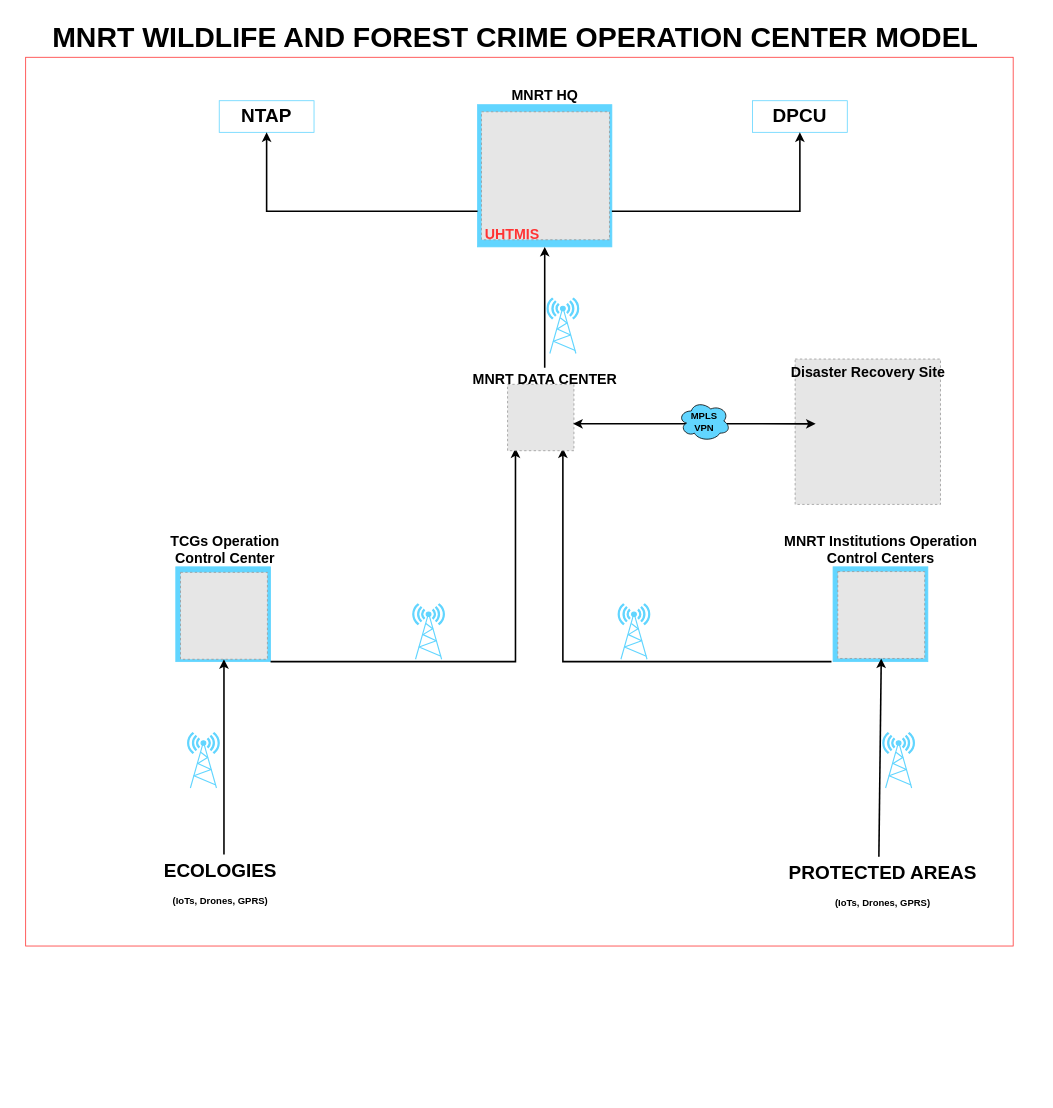
Before: control-room.drawio in MbalamulaS/tech-diagrams, a draw.io diagram. Source tidied: cells renumbered, new cells numbered last; positions are measured from the earlier drawing's top-left corner, leaving out a move shared by most shapes. Both pictures are drawn from the tidied source at 79%, with x=0, y=0 at pixel (13, 13). Pictures stored in the file or linked from it are replaced by grey dashed boxes.
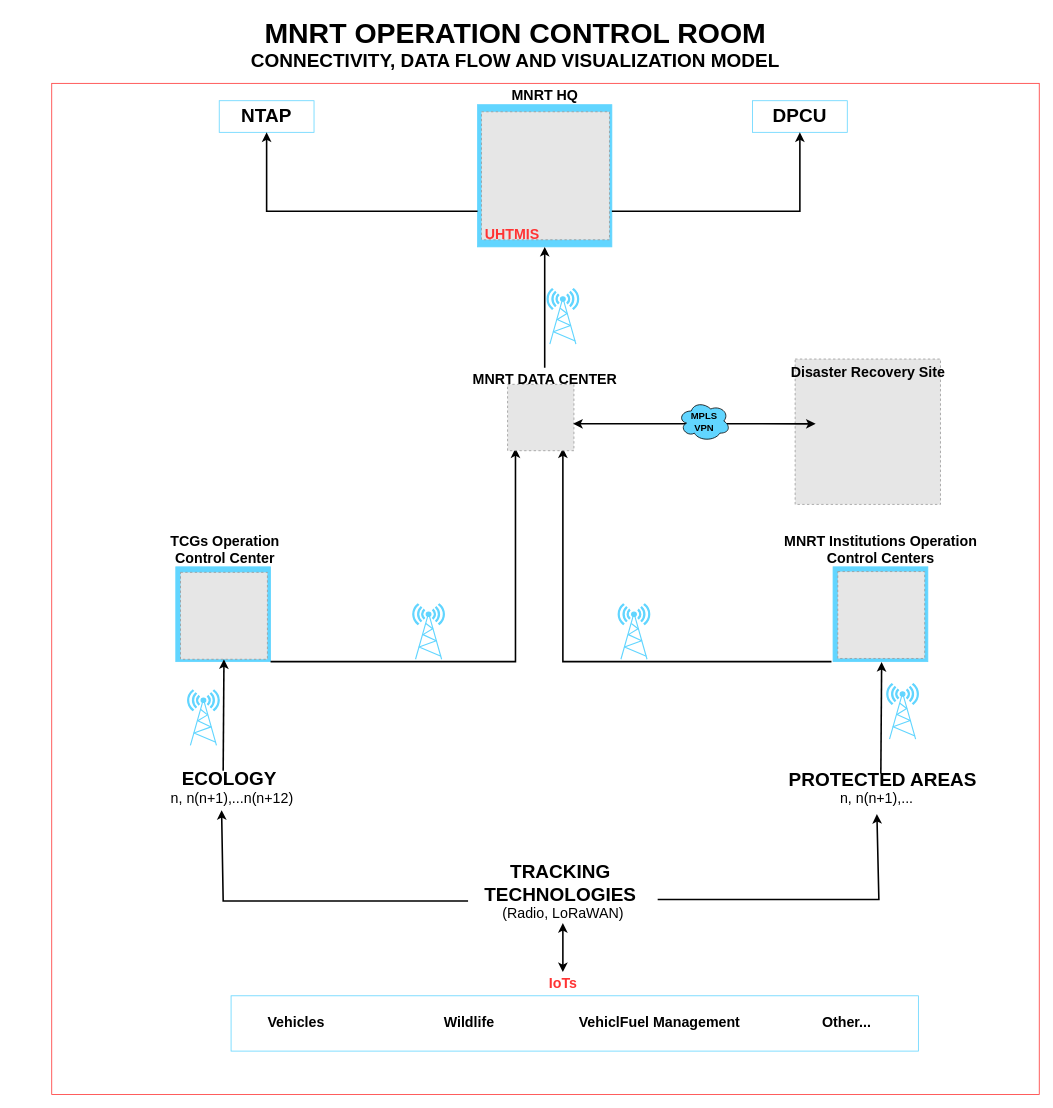
Above is the later version.

Unchanged cells that the change refers to:
```xml
<mxCell id="8" style="fillColor=#E6E6E6;strokeColor=#999999;dashed=1;verticalLabelPosition=bottom;verticalAlign=top;" parent="1" vertex="1">
  <mxGeometry x="211" y="707" width="110" height="110" as="geometry" />
</mxCell>
<mxCell id="11" style="fillColor=#E6E6E6;strokeColor=#999999;dashed=1;verticalLabelPosition=bottom;verticalAlign=top;" parent="1" vertex="1">
  <mxGeometry x="1043" y="706" width="110" height="110" as="geometry" />
</mxCell>
```

Diff of the diagram source:
```diff
@@
     <mxCell id="2" style="rounded=0;whiteSpace=wrap;html=1;strokeColor=#FF3333;" parent="1" vertex="1">
-      <mxGeometry x="15" y="55" width="1250" height="1125" as="geometry" />
+      <mxGeometry x="48" y="88" width="1250" height="1280" as="geometry" />
     </mxCell>
+    <mxCell id="37" style="rounded=0;whiteSpace=wrap;html=1;strokeColor=#61D5FF;" parent="1" vertex="1">
+      <mxGeometry x="275" y="1243" width="870" height="70" as="geometry" />
+    </mxCell>
@@
-    <mxCell id="6" value="&lt;div&gt;&lt;b&gt;&lt;font style=&quot;font-size: 36px;&quot;&gt;MNRT WILDLIFE AND FOREST CRIME OPERATION CENTER MODEL&lt;br&gt;&lt;/font&gt;&lt;/b&gt;&lt;/div&gt;&lt;div&gt;&lt;/div&gt;" style="text;html=1;align=center;verticalAlign=middle;whiteSpace=wrap;rounded=0;fontFamily=Helvetica;fontSize=11;fontColor=default;labelBackgroundColor=default;" parent="1" vertex="1">
-      <mxGeometry width="1270" height="60" as="geometry" />
+    <mxCell id="6" value="&lt;div&gt;&lt;b&gt;&lt;font style=&quot;font-size: 36px;&quot;&gt;MNRT OPERATION CONTROL ROOM&lt;br&gt;&lt;/font&gt;&lt;/b&gt;&lt;/div&gt;&lt;div&gt;&lt;b&gt;&lt;font style=&quot;font-size: 24px;&quot;&gt;CONNECTIVITY, DATA FLOW AND VISUALIZATION MODEL&lt;font&gt;&lt;br&gt;&lt;/font&gt;&lt;/font&gt;&lt;/b&gt;&lt;/div&gt;&lt;div&gt;&lt;/div&gt;" style="text;html=1;align=center;verticalAlign=middle;whiteSpace=wrap;rounded=0;fontFamily=Helvetica;fontSize=11;fontColor=default;labelBackgroundColor=default;" parent="1" vertex="1">
+      <mxGeometry y="8" width="1270" height="60" as="geometry" />
     </mxCell>
-    <mxCell id="7" value="&lt;font style=&quot;font-size: 18px;&quot;&gt;&lt;b&gt;TCGs Operation Control Center&lt;br&gt;&lt;/b&gt;&lt;/font&gt;" style="text;html=1;align=center;verticalAlign=middle;whiteSpace=wrap;rounded=0;" parent="1" vertex="1">
+    <mxCell id="7" value="&lt;font style=&quot;font-size: 18px;&quot;&gt;&lt;b&gt;TCGs Operation Control Center&lt;br&gt;&lt;/b&gt;&lt;/font&gt;" style="text;html=1;align=center;verticalAlign=middle;whiteSpace=wrap;rounded=0;fontFamily=Helvetica;fontSize=12;fontColor=default;" parent="1" vertex="1">
       <mxGeometry x="164" y="664" width="207" height="30" as="geometry" />
     </mxCell>
@@
-    <mxCell id="9" value="&lt;h1 align=&quot;center&quot; style=&quot;margin-top: 0px;&quot;&gt;ECOLOGIES&lt;/h1&gt;&lt;p align=&quot;center&quot;&gt;&lt;b&gt;(IoTs, Drones, GPRS)&lt;/b&gt;&lt;br&gt;&lt;/p&gt;" style="text;html=1;whiteSpace=wrap;overflow=hidden;rounded=0; align=center;align=right;" parent="1" vertex="1">
-      <mxGeometry x="184" y="1064" width="151" height="83" as="geometry" />
+    <mxCell id="9" value="&lt;h1 align=&quot;center&quot; style=&quot;margin-top: 0px;&quot;&gt;ECOLOGY&lt;/h1&gt;" style="text;html=1;whiteSpace=wrap;overflow=hidden;rounded=0; align=center;align=right;" parent="1" vertex="1">
+      <mxGeometry x="184" y="948" width="151" height="83" as="geometry" />
     </mxCell>
-    <mxCell id="10" style="endArrow=classic;html=1;rounded=0;shadow=0;strokeColor=default;strokeWidth=2;align=center;verticalAlign=middle;fontFamily=Helvetica;fontSize=11;fontColor=default;labelBackgroundColor=default;fillColor=#515151;exitX=-0.008;exitY=0.588;exitDx=0;exitDy=0;entryX=0.5;entryY=1;entryDx=0;entryDy=0;exitPerimeter=0;" parent="1" edge="1" target="8">
+    <mxCell id="10" style="endArrow=classic;html=1;rounded=0;shadow=0;strokeColor=default;strokeWidth=2;align=center;verticalAlign=middle;fontFamily=Helvetica;fontSize=11;fontColor=default;labelBackgroundColor=default;fillColor=#515151;entryX=0.5;entryY=1;entryDx=0;entryDy=0;" parent="1" edge="1" target="8">
       <mxGeometry relative="1" as="geometry">
-        <mxPoint x="266" y="1064" as="sourcePoint" />
+        <mxPoint x="265" y="958" as="sourcePoint" />
       </mxGeometry>
     </mxCell>
@@
-    <mxCell id="12" value="&lt;h1 align=&quot;center&quot; style=&quot;margin-top: 0px;&quot;&gt;PROTECTED AREAS&lt;br&gt;&lt;/h1&gt;&lt;p align=&quot;center&quot;&gt;&lt;b&gt;(IoTs, Drones, GPRS)&lt;/b&gt;&lt;br&gt;&lt;/p&gt;" style="text;html=1;whiteSpace=wrap;overflow=hidden;rounded=0; align=center;align=right;" parent="1" vertex="1">
-      <mxGeometry x="972" y="1067" width="249" height="83" as="geometry" />
+    <mxCell id="12" value="&lt;h1 align=&quot;center&quot; style=&quot;margin-top: 0px;&quot;&gt;PROTECTED AREAS&lt;br&gt;&lt;/h1&gt;" style="text;html=1;whiteSpace=wrap;overflow=hidden;rounded=0; align=center;align=right;" parent="1" vertex="1">
+      <mxGeometry x="972" y="949" width="249" height="83" as="geometry" />
     </mxCell>
-    <mxCell id="13" style="endArrow=classic;html=1;rounded=0;shadow=0;strokeColor=default;strokeWidth=2;align=center;verticalAlign=middle;fontFamily=Helvetica;fontSize=11;fontColor=default;labelBackgroundColor=default;fillColor=#515151;exitX=-0.008;exitY=0.588;exitDx=0;exitDy=0;entryX=0.5;entryY=1;entryDx=0;entryDy=0;exitPerimeter=0;" parent="1" edge="1" target="11">
-      <mxGeometry relative="1" as="geometry">
-        <mxPoint x="1095" y="1067" as="sourcePoint" />
-      </mxGeometry>
-    </mxCell>
@@
     <mxCell id="21" style="fontColor=#0066CC;verticalAlign=top;verticalLabelPosition=bottom;labelPosition=center;align=center;html=1;fillColor=#61D5FF;strokeColor=#61D5FF;gradientColor=none;gradientDirection=north;strokeWidth=2;shape=mxgraph.networks.radio_tower;" parent="1" vertex="1">
-      <mxGeometry x="220" y="910" width="40" height="70" as="geometry" />
+      <mxGeometry x="220" y="856" width="40" height="70" as="geometry" />
     </mxCell>
     <mxCell id="22" style="fontColor=#0066CC;verticalAlign=top;verticalLabelPosition=bottom;labelPosition=center;align=center;html=1;fillColor=#61D5FF;strokeColor=#61D5FF;gradientColor=none;gradientDirection=north;strokeWidth=2;shape=mxgraph.networks.radio_tower;" parent="1" vertex="1">
-      <mxGeometry x="1100" y="910" width="40" height="70" as="geometry" />
+      <mxGeometry x="1105" y="848" width="40" height="70" as="geometry" />
     </mxCell>
@@
     <mxCell id="24" style="fontColor=#0066CC;verticalAlign=top;verticalLabelPosition=bottom;labelPosition=center;align=center;html=1;fillColor=#61D5FF;strokeColor=#61D5FF;gradientColor=none;gradientDirection=north;strokeWidth=2;shape=mxgraph.networks.radio_tower;" parent="1" vertex="1">
-      <mxGeometry x="675" y="360" width="40" height="70" as="geometry" />
+      <mxGeometry x="675" y="348" width="40" height="70" as="geometry" />
     </mxCell>
@@
+    <mxCell id="38" value="&lt;h1 align=&quot;center&quot; style=&quot;margin-top: 0px;&quot;&gt;TRACKING TECHNOLOGIES&lt;br&gt;&lt;/h1&gt;" style="text;html=1;whiteSpace=wrap;overflow=hidden;rounded=0; align=center;align=right;" parent="1" vertex="1">
+      <mxGeometry x="568.5" y="1065" width="247.5" height="83" as="geometry" />
+    </mxCell>
+    <mxCell id="39" value="&lt;font style=&quot;font-size: 18px;&quot;&gt;&lt;b&gt;Vehicles &lt;/b&gt;&lt;/font&gt;" style="text;html=1;align=center;verticalAlign=middle;whiteSpace=wrap;rounded=0;fontFamily=Helvetica;fontSize=12;fontColor=default;" parent="1" vertex="1">
+      <mxGeometry x="254" y="1262" width="207" height="30" as="geometry" />
+    </mxCell>
+    <mxCell id="40" value="&lt;font style=&quot;font-size: 18px;&quot;&gt;&lt;b&gt;Wildlife &lt;/b&gt;&lt;/font&gt;" style="text;html=1;align=center;verticalAlign=middle;whiteSpace=wrap;rounded=0;fontFamily=Helvetica;fontSize=12;fontColor=default;" parent="1" vertex="1">
+      <mxGeometry x="473" y="1262" width="207" height="30" as="geometry" />
+    </mxCell>
+    <mxCell id="41" value="&lt;font style=&quot;font-size: 18px;&quot;&gt;&lt;b&gt;VehiclFuel Management &lt;/b&gt;&lt;/font&gt;" style="text;html=1;align=center;verticalAlign=middle;whiteSpace=wrap;rounded=0;fontFamily=Helvetica;fontSize=12;fontColor=default;" parent="1" vertex="1">
+      <mxGeometry x="713.5" y="1262" width="207" height="30" as="geometry" />
+    </mxCell>
+    <mxCell id="42" value="&lt;font style=&quot;font-size: 18px;&quot;&gt;&lt;b&gt;Other...&lt;/b&gt;&lt;/font&gt;" style="text;html=1;align=center;verticalAlign=middle;whiteSpace=wrap;rounded=0;fontFamily=Helvetica;fontSize=12;fontColor=default;" parent="1" vertex="1">
+      <mxGeometry x="950.5" y="1262" width="207" height="30" as="geometry" />
+    </mxCell>
+    <mxCell id="43" value="&lt;font style=&quot;font-size: 18px;&quot;&gt;n, n(n+1),...n(n+12) &lt;/font&gt;" style="text;html=1;align=center;verticalAlign=middle;whiteSpace=wrap;rounded=0;fontFamily=Helvetica;fontSize=12;fontColor=default;" parent="1" vertex="1">
+      <mxGeometry x="173" y="978.5" width="207" height="30" as="geometry" />
+    </mxCell>
+    <mxCell id="44" value="&lt;font style=&quot;font-size: 18px;&quot;&gt;n, n(n+1),... &lt;/font&gt;" style="text;html=1;align=center;verticalAlign=middle;whiteSpace=wrap;rounded=0;fontFamily=Helvetica;fontSize=12;fontColor=default;" parent="1" vertex="1">
+      <mxGeometry x="989" y="979" width="207" height="30" as="geometry" />
+    </mxCell>
+    <mxCell id="45" value="&lt;font style=&quot;font-size: 18px;&quot;&gt;(Radio, LoRaWAN) &lt;/font&gt;" style="text;html=1;align=center;verticalAlign=middle;whiteSpace=wrap;rounded=0;fontFamily=Helvetica;fontSize=12;fontColor=default;" parent="1" vertex="1">
+      <mxGeometry x="591.5" y="1124" width="207" height="30" as="geometry" />
+    </mxCell>
+    <mxCell id="46" value="&lt;font color=&quot;#ff3333&quot; style=&quot;font-size: 18px;&quot;&gt;&lt;b&gt;IoTs&lt;/b&gt;&lt;/font&gt;&lt;font style=&quot;font-size: 18px;&quot;&gt;&lt;b&gt; &lt;/b&gt;&lt;/font&gt;" style="text;html=1;align=center;verticalAlign=middle;whiteSpace=wrap;rounded=0;fontFamily=Helvetica;fontSize=12;fontColor=default;" parent="1" vertex="1">
+      <mxGeometry x="591.5" y="1213" width="207" height="30" as="geometry" />
+    </mxCell>
+    <mxCell id="47" style="endArrow=classic;startArrow=classic;html=1;rounded=0;exitX=0.5;exitY=0;exitDx=0;exitDy=0;entryX=0.5;entryY=1;entryDx=0;entryDy=0;strokeWidth=2;" parent="1" edge="1" source="46">
+      <mxGeometry relative="1" as="geometry">
+        <mxPoint x="695" y="1151" as="targetPoint" />
+      </mxGeometry>
+    </mxCell>
+    <mxCell id="48" style="endArrow=classic;html=1;rounded=0;shadow=0;strokeColor=default;strokeWidth=2;align=center;verticalAlign=middle;fontFamily=Helvetica;fontSize=11;fontColor=default;labelBackgroundColor=default;fillColor=#515151;entryX=0.435;entryY=1.017;entryDx=0;entryDy=0;entryPerimeter=0;" parent="1" edge="1">
+      <mxGeometry relative="1" as="geometry">
+        <mxPoint x="575" y="1123" as="sourcePoint" />
+        <mxPoint x="263" y="1008" as="targetPoint" />
+        <Array as="points">
+          <mxPoint x="265" y="1123" />
+        </Array>
+      </mxGeometry>
+    </mxCell>
+    <mxCell id="49" style="endArrow=classic;html=1;rounded=0;shadow=0;strokeColor=default;strokeWidth=2;align=center;verticalAlign=middle;fontFamily=Helvetica;fontSize=11;fontColor=default;labelBackgroundColor=default;fillColor=#515151;entryX=0.5;entryY=1;entryDx=0;entryDy=0;" parent="1" edge="1">
+      <mxGeometry relative="1" as="geometry">
+        <mxPoint x="815" y="1121" as="sourcePoint" />
+        <mxPoint x="1092.5" y="1013" as="targetPoint" />
+        <Array as="points">
+          <mxPoint x="1095" y="1121" />
+        </Array>
+      </mxGeometry>
+    </mxCell>
+    <mxCell id="50" style="endArrow=classic;html=1;rounded=0;shadow=0;strokeColor=default;strokeWidth=2;align=center;verticalAlign=middle;fontFamily=Helvetica;fontSize=11;fontColor=default;labelBackgroundColor=default;fillColor=#515151;entryX=0.5;entryY=1;entryDx=0;entryDy=0;" parent="1" edge="1">
+      <mxGeometry relative="1" as="geometry">
+        <mxPoint x="1097.5" y="961.5" as="sourcePoint" />
+        <mxPoint x="1098.5" y="820.5" as="targetPoint" />
+      </mxGeometry>
+    </mxCell>
```
